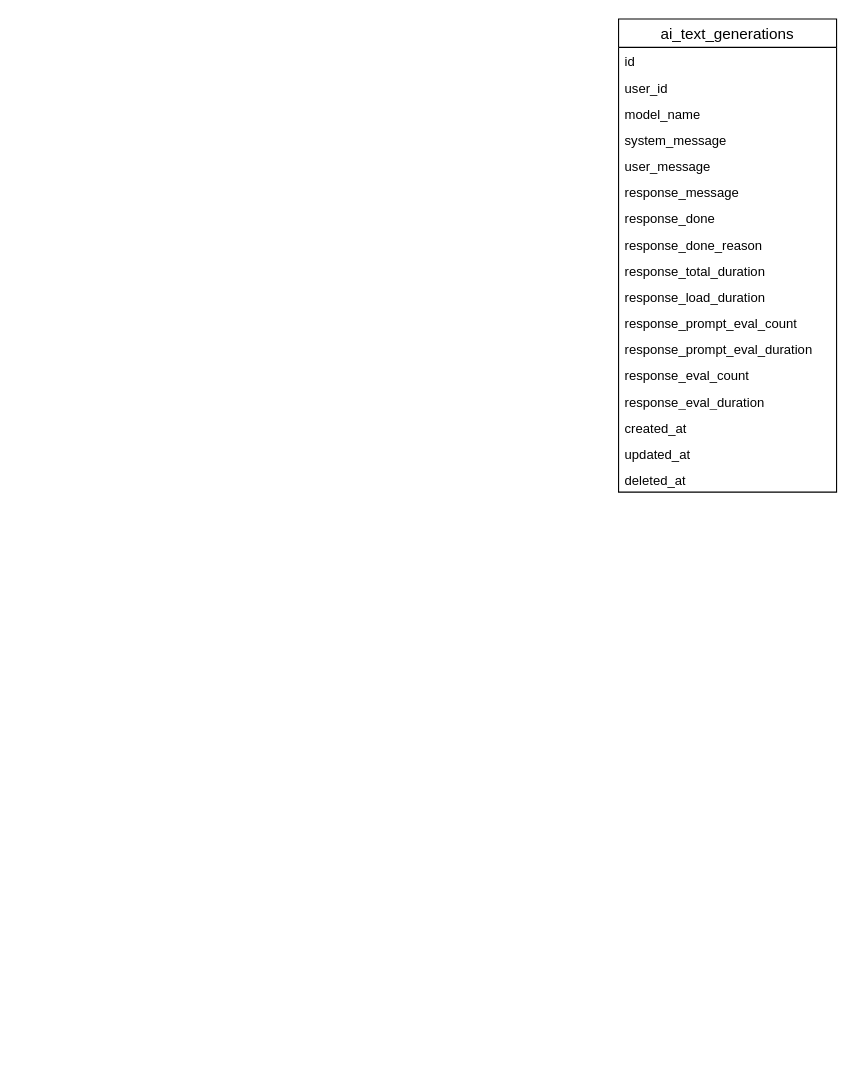
This is gen/import_diagrams/assets/PythonGenerator.drawio.xml from doriandarren/splytin_mcp, a draw.io file, before an edit. Source tidied: cells renumbered, new cells numbered last; positions are measured from the earlier drawing's top-left corner, leaving out a move shared by most shapes. Both pictures are drawn from the tidied source at 109%, with x=0, y=0 at pixel (618, 19).
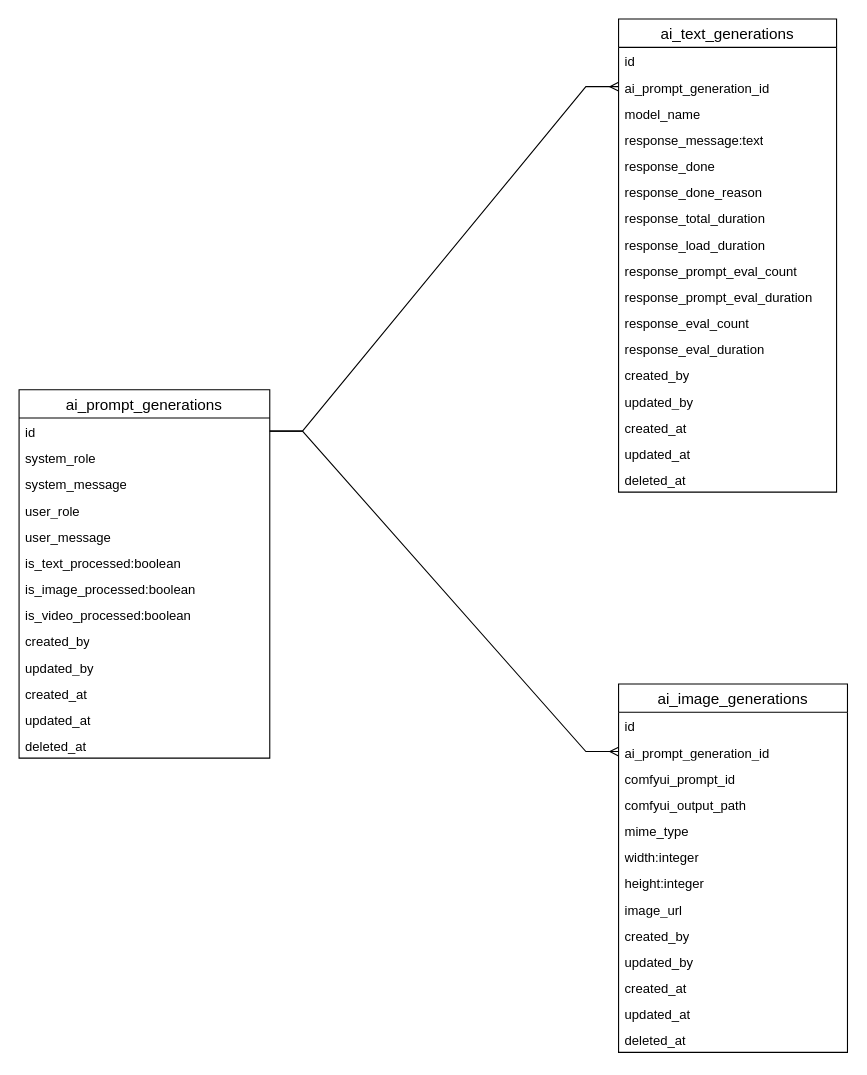
Above is the later version.

The change refers to these unchanged cells:
```xml
<mxCell id="2" value="ai_text_generations" style="swimlane;fontStyle=0;horizontal=1;startSize=26;align=center;fontSize=14;" parent="1" vertex="1">
  <mxGeometry width="200" height="434" as="geometry" />
</mxCell>
```

The edit, as a diff of the source:
```diff
@@
-    <mxCell id="4" value="user_id" style="text;strokeColor=none;fillColor=none;spacingLeft=4;spacingRight=4;overflow=hidden;fontSize=12;whiteSpace=wrap;html=1;" parent="2" vertex="1">
-      <mxGeometry y="50" width="200" height="24" as="geometry" />
-    </mxCell>
+    <mxCell id="20" value="ai_prompt_generation_id" style="text;strokeColor=none;fillColor=none;spacingLeft=4;spacingRight=4;overflow=hidden;points=[[0,0.5],[1,0.5]];portConstraint=eastwest;fontSize=12;whiteSpace=wrap;html=1;" parent="2" vertex="1">
+      <mxGeometry y="50" width="200" height="24" as="geometry" />
+    </mxCell>
@@
-    <mxCell id="6" value="system_message" style="text;strokeColor=none;fillColor=none;spacingLeft=4;spacingRight=4;overflow=hidden;fontSize=12;whiteSpace=wrap;html=1;" parent="2" vertex="1">
-      <mxGeometry y="98" width="200" height="24" as="geometry" />
-    </mxCell>
-    <mxCell id="7" value="user_message" style="text;strokeColor=none;fillColor=none;spacingLeft=4;spacingRight=4;overflow=hidden;fontSize=12;whiteSpace=wrap;html=1;" parent="2" vertex="1">
-      <mxGeometry y="122" width="200" height="24" as="geometry" />
-    </mxCell>
-    <mxCell id="8" value="response_message" style="text;strokeColor=none;fillColor=none;spacingLeft=4;spacingRight=4;overflow=hidden;fontSize=12;whiteSpace=wrap;html=1;" parent="2" vertex="1">
-      <mxGeometry y="146" width="200" height="24" as="geometry" />
+    <mxCell id="8" value="response_message:text" style="text;strokeColor=none;fillColor=none;spacingLeft=4;spacingRight=4;overflow=hidden;fontSize=12;whiteSpace=wrap;html=1;" parent="2" vertex="1">
+      <mxGeometry y="98" width="200" height="24" as="geometry" />
     </mxCell>
     <mxCell id="9" value="response_done" style="text;strokeColor=none;fillColor=none;spacingLeft=4;spacingRight=4;overflow=hidden;fontSize=12;whiteSpace=wrap;html=1;" parent="2" vertex="1">
-      <mxGeometry y="170" width="200" height="24" as="geometry" />
+      <mxGeometry y="122" width="200" height="24" as="geometry" />
     </mxCell>
     <mxCell id="10" value="response_done_reason" style="text;strokeColor=none;fillColor=none;spacingLeft=4;spacingRight=4;overflow=hidden;fontSize=12;whiteSpace=wrap;html=1;" parent="2" vertex="1">
-      <mxGeometry y="194" width="200" height="24" as="geometry" />
+      <mxGeometry y="146" width="200" height="24" as="geometry" />
     </mxCell>
     <mxCell id="11" value="response_total_duration" style="text;strokeColor=none;fillColor=none;spacingLeft=4;spacingRight=4;overflow=hidden;fontSize=12;whiteSpace=wrap;html=1;" parent="2" vertex="1">
-      <mxGeometry y="218" width="200" height="24" as="geometry" />
+      <mxGeometry y="170" width="200" height="24" as="geometry" />
     </mxCell>
     <mxCell id="12" value="response_load_duration" style="text;strokeColor=none;fillColor=none;spacingLeft=4;spacingRight=4;overflow=hidden;fontSize=12;whiteSpace=wrap;html=1;" parent="2" vertex="1">
-      <mxGeometry y="242" width="200" height="24" as="geometry" />
+      <mxGeometry y="194" width="200" height="24" as="geometry" />
     </mxCell>
     <mxCell id="13" value="response_prompt_eval_count" style="text;strokeColor=none;fillColor=none;spacingLeft=4;spacingRight=4;overflow=hidden;fontSize=12;whiteSpace=wrap;html=1;" parent="2" vertex="1">
-      <mxGeometry y="266" width="200" height="24" as="geometry" />
+      <mxGeometry y="218" width="200" height="24" as="geometry" />
     </mxCell>
     <mxCell id="14" value="response_prompt_eval_duration" style="text;strokeColor=none;fillColor=none;spacingLeft=4;spacingRight=4;overflow=hidden;fontSize=12;whiteSpace=wrap;html=1;" parent="2" vertex="1">
-      <mxGeometry y="290" width="200" height="24" as="geometry" />
+      <mxGeometry y="242" width="200" height="24" as="geometry" />
     </mxCell>
     <mxCell id="15" value="response_eval_count" style="text;strokeColor=none;fillColor=none;spacingLeft=4;spacingRight=4;overflow=hidden;fontSize=12;whiteSpace=wrap;html=1;" parent="2" vertex="1">
-      <mxGeometry y="314" width="200" height="24" as="geometry" />
+      <mxGeometry y="266" width="200" height="24" as="geometry" />
     </mxCell>
     <mxCell id="16" value="response_eval_duration" style="text;strokeColor=none;fillColor=none;spacingLeft=4;spacingRight=4;overflow=hidden;fontSize=12;whiteSpace=wrap;html=1;" parent="2" vertex="1">
-      <mxGeometry y="338" width="200" height="24" as="geometry" />
+      <mxGeometry y="290" width="200" height="24" as="geometry" />
     </mxCell>
+    <mxCell id="21" value="created_by" style="text;strokeColor=none;fillColor=none;spacingLeft=4;spacingRight=4;overflow=hidden;fontSize=12;whiteSpace=wrap;html=1;" parent="2" vertex="1">
+      <mxGeometry y="314" width="200" height="24" as="geometry" />
+    </mxCell>
+    <mxCell id="22" value="updated_by" style="text;strokeColor=none;fillColor=none;spacingLeft=4;spacingRight=4;overflow=hidden;fontSize=12;whiteSpace=wrap;html=1;" parent="2" vertex="1">
+      <mxGeometry y="338" width="200" height="24" as="geometry" />
+    </mxCell>
@@
+    <mxCell id="23" value="ai_prompt_generations" style="swimlane;fontStyle=0;horizontal=1;startSize=26;align=center;fontSize=14;" parent="1" vertex="1">
+      <mxGeometry x="-550" y="340" width="230" height="338" as="geometry" />
+    </mxCell>
+    <mxCell id="24" value="id" style="text;strokeColor=none;fillColor=none;spacingLeft=4;spacingRight=4;overflow=hidden;points=[[0,0.5],[1,0.5]];portConstraint=eastwest;fontSize=12;whiteSpace=wrap;html=1;" parent="23" vertex="1">
+      <mxGeometry y="26" width="230" height="24" as="geometry" />
+    </mxCell>
+    <mxCell id="25" value="system_role" style="text;strokeColor=none;fillColor=none;spacingLeft=4;spacingRight=4;overflow=hidden;fontSize=12;whiteSpace=wrap;html=1;" parent="23" vertex="1">
+      <mxGeometry y="50" width="230" height="24" as="geometry" />
+    </mxCell>
+    <mxCell id="6" value="system_message" style="text;strokeColor=none;fillColor=none;spacingLeft=4;spacingRight=4;overflow=hidden;fontSize=12;whiteSpace=wrap;html=1;" parent="23" vertex="1">
+      <mxGeometry y="74" width="230" height="24" as="geometry" />
+    </mxCell>
+    <mxCell id="26" value="user_role" style="text;strokeColor=none;fillColor=none;spacingLeft=4;spacingRight=4;overflow=hidden;fontSize=12;whiteSpace=wrap;html=1;" parent="23" vertex="1">
+      <mxGeometry y="98" width="230" height="24" as="geometry" />
+    </mxCell>
+    <mxCell id="7" value="user_message" style="text;strokeColor=none;fillColor=none;spacingLeft=4;spacingRight=4;overflow=hidden;fontSize=12;whiteSpace=wrap;html=1;" parent="23" vertex="1">
+      <mxGeometry y="122" width="230" height="24" as="geometry" />
+    </mxCell>
+    <mxCell id="27" value="is_text_processed:boolean" style="text;strokeColor=none;fillColor=none;spacingLeft=4;spacingRight=4;overflow=hidden;fontSize=12;whiteSpace=wrap;html=1;" parent="23" vertex="1">
+      <mxGeometry y="146" width="230" height="24" as="geometry" />
+    </mxCell>
+    <mxCell id="28" value="is_image_processed:boolean" style="text;strokeColor=none;fillColor=none;spacingLeft=4;spacingRight=4;overflow=hidden;fontSize=12;whiteSpace=wrap;html=1;" parent="23" vertex="1">
+      <mxGeometry y="170" width="230" height="24" as="geometry" />
+    </mxCell>
+    <mxCell id="29" value="is_video_processed:boolean" style="text;strokeColor=none;fillColor=none;spacingLeft=4;spacingRight=4;overflow=hidden;fontSize=12;whiteSpace=wrap;html=1;" parent="23" vertex="1">
+      <mxGeometry y="194" width="230" height="24" as="geometry" />
+    </mxCell>
+    <mxCell id="30" value="created_by" style="text;strokeColor=none;fillColor=none;spacingLeft=4;spacingRight=4;overflow=hidden;fontSize=12;whiteSpace=wrap;html=1;" parent="23" vertex="1">
+      <mxGeometry y="218" width="230" height="24" as="geometry" />
+    </mxCell>
+    <mxCell id="31" value="updated_by" style="text;strokeColor=none;fillColor=none;spacingLeft=4;spacingRight=4;overflow=hidden;fontSize=12;whiteSpace=wrap;html=1;" parent="23" vertex="1">
+      <mxGeometry y="242" width="230" height="24" as="geometry" />
+    </mxCell>
+    <mxCell id="32" value="created_at" style="text;strokeColor=none;fillColor=none;spacingLeft=4;spacingRight=4;overflow=hidden;fontSize=12;whiteSpace=wrap;html=1;" parent="23" vertex="1">
+      <mxGeometry y="266" width="230" height="24" as="geometry" />
+    </mxCell>
+    <mxCell id="33" value="updated_at" style="text;strokeColor=none;fillColor=none;spacingLeft=4;spacingRight=4;overflow=hidden;fontSize=12;whiteSpace=wrap;html=1;" parent="23" vertex="1">
+      <mxGeometry y="290" width="230" height="24" as="geometry" />
+    </mxCell>
+    <mxCell id="34" value="deleted_at" style="text;strokeColor=none;fillColor=none;spacingLeft=4;spacingRight=4;overflow=hidden;fontSize=12;whiteSpace=wrap;html=1;" parent="23" vertex="1">
+      <mxGeometry y="314" width="230" height="24" as="geometry" />
+    </mxCell>
+    <mxCell id="35" value="ai_image_generations" style="swimlane;fontStyle=0;horizontal=1;startSize=26;align=center;fontSize=14;" parent="1" vertex="1">
+      <mxGeometry y="610" width="210" height="338" as="geometry" />
+    </mxCell>
+    <mxCell id="36" value="id" style="text;strokeColor=none;fillColor=none;spacingLeft=4;spacingRight=4;overflow=hidden;fontSize=12;whiteSpace=wrap;html=1;" parent="35" vertex="1">
+      <mxGeometry y="26" width="210" height="24" as="geometry" />
+    </mxCell>
+    <mxCell id="37" value="ai_prompt_generation_id" style="text;strokeColor=none;fillColor=none;spacingLeft=4;spacingRight=4;overflow=hidden;points=[[0,0.5],[1,0.5]];portConstraint=eastwest;fontSize=12;whiteSpace=wrap;html=1;" parent="35" vertex="1">
+      <mxGeometry y="50" width="210" height="24" as="geometry" />
+    </mxCell>
+    <mxCell id="38" value="comfyui_prompt_id" style="text;strokeColor=none;fillColor=none;spacingLeft=4;spacingRight=4;overflow=hidden;fontSize=12;whiteSpace=wrap;html=1;" parent="35" vertex="1">
+      <mxGeometry y="74" width="210" height="24" as="geometry" />
+    </mxCell>
+    <mxCell id="39" value="comfyui_output_path" style="text;strokeColor=none;fillColor=none;spacingLeft=4;spacingRight=4;overflow=hidden;fontSize=12;whiteSpace=wrap;html=1;" parent="35" vertex="1">
+      <mxGeometry y="98" width="210" height="24" as="geometry" />
+    </mxCell>
+    <mxCell id="40" value="mime_type" style="text;strokeColor=none;fillColor=none;spacingLeft=4;spacingRight=4;overflow=hidden;fontSize=12;whiteSpace=wrap;html=1;" parent="35" vertex="1">
+      <mxGeometry y="122" width="210" height="24" as="geometry" />
+    </mxCell>
+    <mxCell id="41" value="width:integer" style="text;strokeColor=none;fillColor=none;spacingLeft=4;spacingRight=4;overflow=hidden;fontSize=12;whiteSpace=wrap;html=1;" parent="35" vertex="1">
+      <mxGeometry y="146" width="210" height="24" as="geometry" />
+    </mxCell>
+    <mxCell id="42" value="height:integer" style="text;strokeColor=none;fillColor=none;spacingLeft=4;spacingRight=4;overflow=hidden;fontSize=12;whiteSpace=wrap;html=1;" parent="35" vertex="1">
+      <mxGeometry y="170" width="210" height="24" as="geometry" />
+    </mxCell>
+    <mxCell id="43" value="image_url" style="text;strokeColor=none;fillColor=none;spacingLeft=4;spacingRight=4;overflow=hidden;fontSize=12;whiteSpace=wrap;html=1;" parent="35" vertex="1">
+      <mxGeometry y="194" width="210" height="24" as="geometry" />
+    </mxCell>
+    <mxCell id="44" value="created_by" style="text;strokeColor=none;fillColor=none;spacingLeft=4;spacingRight=4;overflow=hidden;fontSize=12;whiteSpace=wrap;html=1;" parent="35" vertex="1">
+      <mxGeometry y="218" width="210" height="24" as="geometry" />
+    </mxCell>
+    <mxCell id="45" value="updated_by" style="text;strokeColor=none;fillColor=none;spacingLeft=4;spacingRight=4;overflow=hidden;fontSize=12;whiteSpace=wrap;html=1;" parent="35" vertex="1">
+      <mxGeometry y="242" width="210" height="24" as="geometry" />
+    </mxCell>
+    <mxCell id="46" value="created_at" style="text;strokeColor=none;fillColor=none;spacingLeft=4;spacingRight=4;overflow=hidden;fontSize=12;whiteSpace=wrap;html=1;" parent="35" vertex="1">
+      <mxGeometry y="266" width="210" height="24" as="geometry" />
+    </mxCell>
+    <mxCell id="47" value="updated_at" style="text;strokeColor=none;fillColor=none;spacingLeft=4;spacingRight=4;overflow=hidden;fontSize=12;whiteSpace=wrap;html=1;" parent="35" vertex="1">
+      <mxGeometry y="290" width="210" height="24" as="geometry" />
+    </mxCell>
+    <mxCell id="48" value="deleted_at" style="text;strokeColor=none;fillColor=none;spacingLeft=4;spacingRight=4;overflow=hidden;fontSize=12;whiteSpace=wrap;html=1;" parent="35" vertex="1">
+      <mxGeometry y="314" width="210" height="24" as="geometry" />
+    </mxCell>
+    <mxCell id="49" style="edgeStyle=entityRelationEdgeStyle;fontSize=12;html=1;endArrow=ERmany;rounded=0;" parent="1" edge="1" source="24" target="37">
+      <mxGeometry relative="1" as="geometry" />
+    </mxCell>
+    <mxCell id="50" style="edgeStyle=entityRelationEdgeStyle;fontSize=12;html=1;endArrow=ERmany;rounded=0;" parent="1" edge="1" source="24" target="20">
+      <mxGeometry relative="1" as="geometry" />
+    </mxCell>
```
